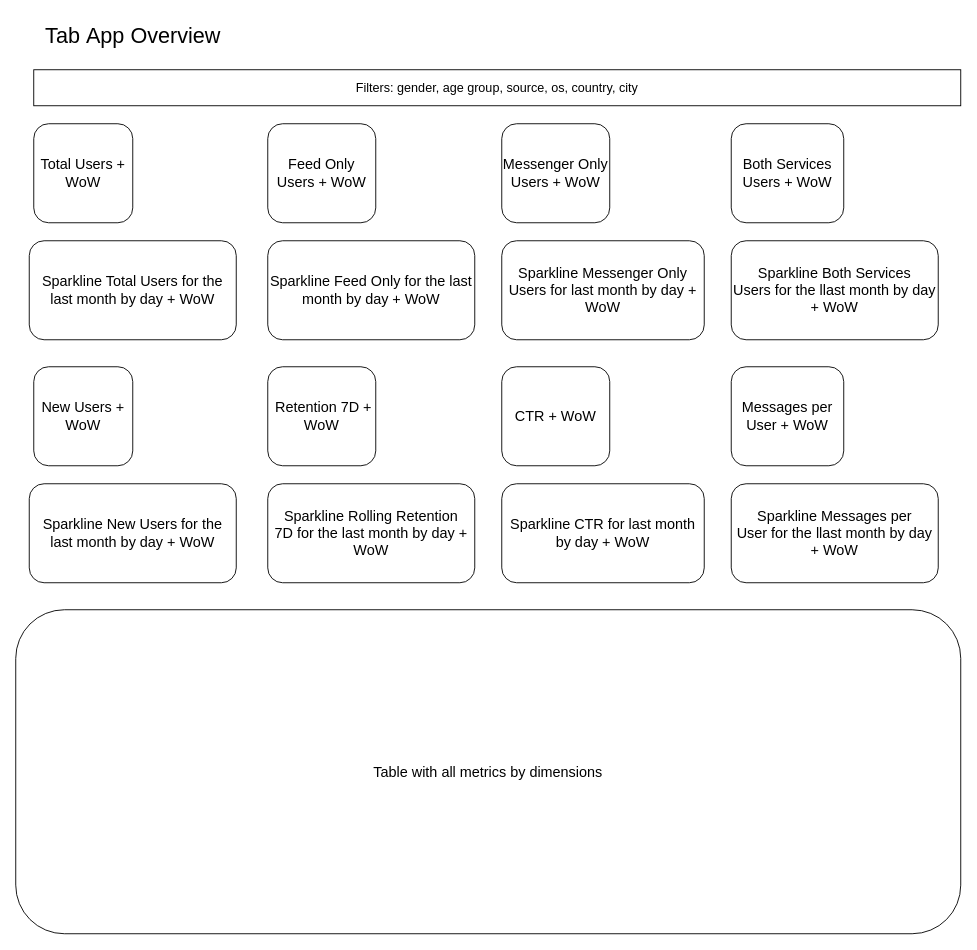
Before: page "App Overview" (1 of 3) of building_startup_analytics/2_product_dashboard/dashboard_mockup.drawio in PavelGrigoryevDS/building-startup-analytics, a draw.io diagram. Source tidied: cells renumbered, new cells numbered last; positions are measured from the earlier drawing's top-left corner, leaving out a move shared by most shapes. Both pictures are drawn from the tidied source at 90%, with x=0, y=0 at pixel (15, 15).
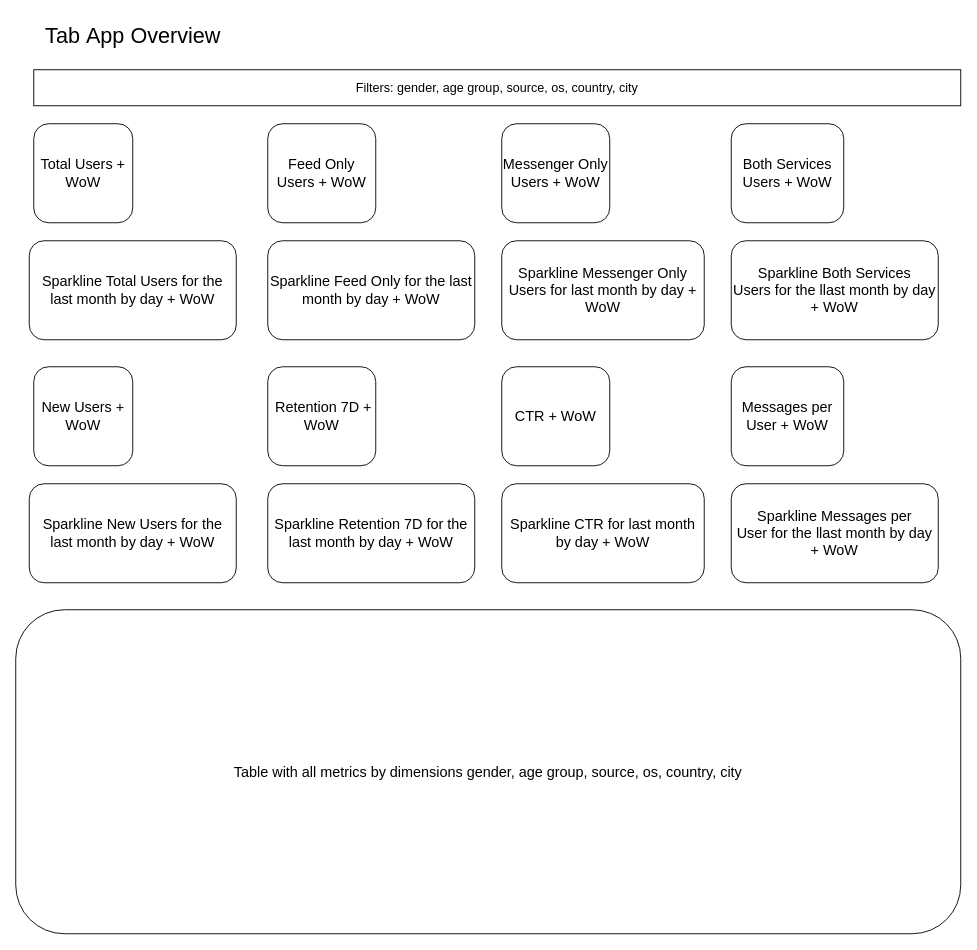
The same page after the edit.

What changed in the source:
```diff
@@
-    <mxCell id="12" value="&lt;font size=&quot;3&quot;&gt;Table with all metrics by dimensions&lt;/font&gt;" style="rounded=1;whiteSpace=wrap;html=1;" parent="1" vertex="1">
+    <mxCell id="12" value="&lt;font size=&quot;3&quot;&gt;Table with all metrics by dimensions&amp;nbsp;gender, age group, source, os, country, city&lt;/font&gt;" style="rounded=1;whiteSpace=wrap;html=1;" parent="1" vertex="1">
       <mxGeometry y="660" width="1050" height="360" as="geometry" />
     </mxCell>
@@
-    <mxCell id="18" value="&lt;font size=&quot;3&quot;&gt;Sparkline Rolling Retention 7D&amp;nbsp;for the last month by day + WoW&lt;/font&gt;" style="rounded=1;whiteSpace=wrap;html=1;" parent="1" vertex="1">
+    <mxCell id="18" value="&lt;font size=&quot;3&quot;&gt;Sparkline Retention 7D&amp;nbsp;for the last month by day + WoW&lt;/font&gt;" style="rounded=1;whiteSpace=wrap;html=1;" parent="1" vertex="1">
       <mxGeometry x="280" y="520" width="230" height="110" as="geometry" />
     </mxCell>
```
